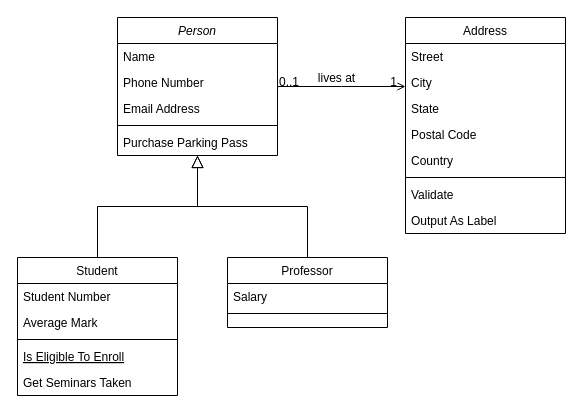
Before: Untitled Diagram.drawio in NaNshekhar04/habit-tracker, a draw.io diagram. Source tidied: cells renumbered, new cells numbered last; positions are measured from the earlier drawing's top-left corner, leaving out a move shared by most shapes. Both pictures are drawn from the tidied source at 100%, with x=0, y=0 at pixel (17, 17).
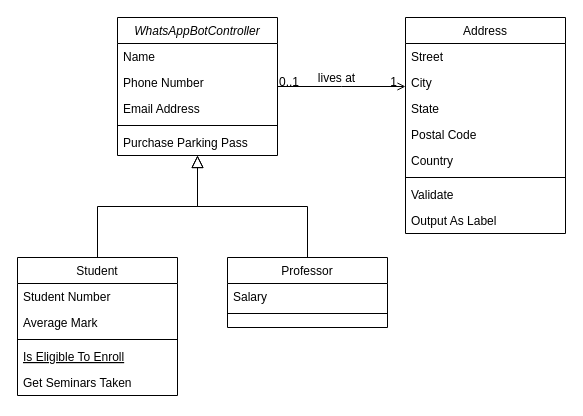
Above is the later version.

What changed in the source:
```diff
@@
-    <mxCell id="2" value="Person" style="swimlane;fontStyle=2;align=center;verticalAlign=top;horizontal=1;startSize=26;rounded=0;shadow=0;strokeWidth=1;" parent="1" vertex="1">
+    <mxCell id="2" value="WhatsAppBotController" style="swimlane;fontStyle=2;align=center;verticalAlign=top;horizontal=1;startSize=26;rounded=0;shadow=0;strokeWidth=1;" parent="1" vertex="1">
       <mxGeometry x="100" width="160" height="138" as="geometry" />
     </mxCell>
```
